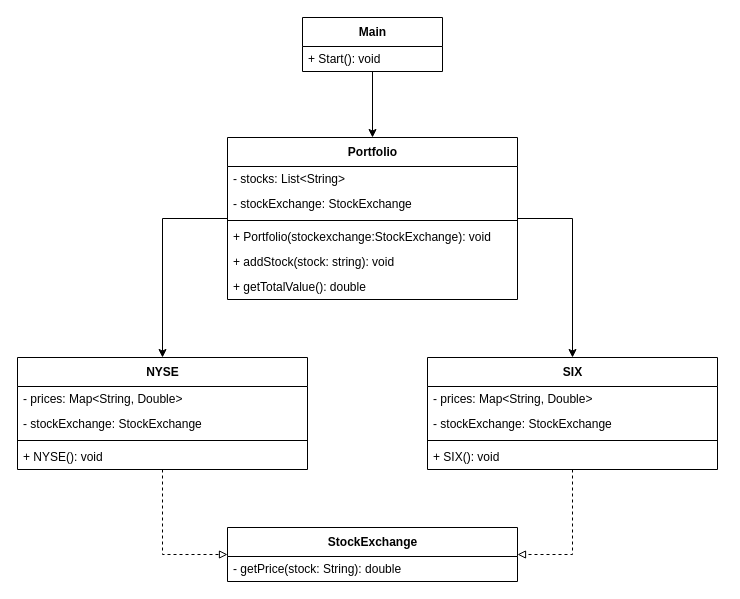
This is diagrams/M3.drawio from JonathanXDR/M320, a draw.io file, before an edit. Source tidied: cells renumbered, new cells numbered last; positions are measured from the earlier drawing's top-left corner, leaving out a move shared by most shapes. Both pictures are drawn from the tidied source at 100%, with x=0, y=0 at pixel (17, 17).
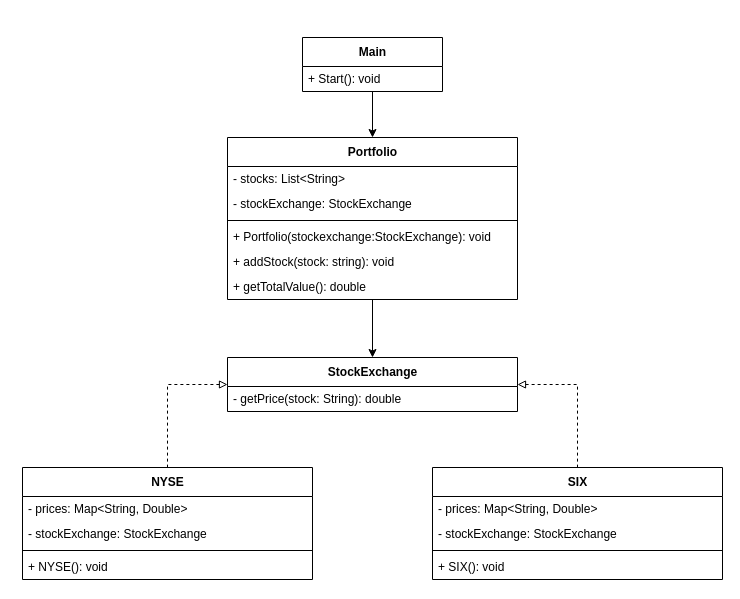
After the change.

Unchanged cells that the change refers to:
```xml
<mxCell id="4" value="Portfolio" style="swimlane;fontStyle=1;align=center;verticalAlign=middle;horizontal=1;startSize=29;html=1;" parent="1" vertex="1">
  <mxGeometry x="210" y="120" width="290" height="162" as="geometry" />
</mxCell>
```

What changed in the source:
```diff
@@
-    <mxCell id="2" style="edgeStyle=orthogonalEdgeStyle;rounded=0;jettySize=auto;html=1;exitX=1;exitY=0.5;exitDx=0;exitDy=0;entryX=0.5;entryY=0;entryDx=0;entryDy=0;endArrow=classic;endFill=1;" parent="1" edge="1" source="4" target="15">
-      <mxGeometry relative="1" as="geometry" />
-    </mxCell>
-    <mxCell id="3" style="edgeStyle=orthogonalEdgeStyle;rounded=0;jettySize=auto;html=1;exitX=0;exitY=0.5;exitDx=0;exitDy=0;entryX=0.5;entryY=0;entryDx=0;entryDy=0;endArrow=classic;endFill=1;" parent="1" edge="1" source="4" target="21">
-      <mxGeometry relative="1" as="geometry" />
-    </mxCell>
+    <mxCell id="28" style="edgeStyle=orthogonalEdgeStyle;rounded=0;jettySize=auto;html=1;exitX=0.5;exitY=1;exitDx=0;exitDy=0;entryX=0.5;entryY=0;entryDx=0;entryDy=0;" parent="1" edge="1" source="4" target="26">
+      <mxGeometry relative="1" as="geometry" />
+    </mxCell>
@@
     <mxCell id="12" value="Main" style="swimlane;fontStyle=1;align=center;verticalAlign=middle;horizontal=1;startSize=29;html=1;labelBorderColor=none;" parent="1" vertex="1">
-      <mxGeometry x="285" width="140" height="54" as="geometry" />
+      <mxGeometry x="285" y="20" width="140" height="54" as="geometry" />
     </mxCell>
@@
-    <mxCell id="14" style="edgeStyle=orthogonalEdgeStyle;rounded=0;jettySize=auto;html=1;exitX=0.5;exitY=1;exitDx=0;exitDy=0;entryX=1;entryY=0.5;entryDx=0;entryDy=0;dashed=1;endArrow=block;endFill=0;" parent="1" edge="1" source="15" target="26">
-      <mxGeometry relative="1" as="geometry" />
-    </mxCell>
     <mxCell id="15" value="SIX" style="swimlane;fontStyle=1;align=center;verticalAlign=middle;horizontal=1;startSize=29;html=1;" parent="1" vertex="1">
-      <mxGeometry x="410" y="340" width="290" height="112" as="geometry" />
+      <mxGeometry x="415" y="450" width="290" height="112" as="geometry" />
     </mxCell>
@@
-    <mxCell id="20" style="edgeStyle=orthogonalEdgeStyle;rounded=0;jettySize=auto;html=1;exitX=0.5;exitY=1;exitDx=0;exitDy=0;entryX=0;entryY=0.5;entryDx=0;entryDy=0;dashed=1;endArrow=block;endFill=0;" parent="1" edge="1" source="21" target="26">
-      <mxGeometry relative="1" as="geometry" />
-    </mxCell>
     <mxCell id="21" value="NYSE" style="swimlane;fontStyle=1;align=center;verticalAlign=middle;horizontal=1;startSize=29;html=1;" parent="1" vertex="1">
-      <mxGeometry y="340" width="290" height="112" as="geometry" />
+      <mxGeometry x="5" y="450" width="290" height="112" as="geometry" />
     </mxCell>
@@
+    <mxCell id="29" style="edgeStyle=orthogonalEdgeStyle;rounded=0;jettySize=auto;html=1;exitX=1;exitY=0.5;exitDx=0;exitDy=0;entryX=0.5;entryY=0;entryDx=0;entryDy=0;dashed=1;endArrow=none;endFill=0;startArrow=block;startFill=0;" parent="1" edge="1" source="26" target="15">
+      <mxGeometry relative="1" as="geometry" />
+    </mxCell>
+    <mxCell id="30" style="edgeStyle=orthogonalEdgeStyle;rounded=0;jettySize=auto;html=1;exitX=0;exitY=0.5;exitDx=0;exitDy=0;entryX=0.5;entryY=0;entryDx=0;entryDy=0;dashed=1;endArrow=none;endFill=0;startArrow=block;startFill=0;" parent="1" edge="1" source="26" target="21">
+      <mxGeometry relative="1" as="geometry" />
+    </mxCell>
     <mxCell id="26" value="StockExchange" style="swimlane;fontStyle=1;align=center;verticalAlign=middle;horizontal=1;startSize=29;html=1;" parent="1" vertex="1">
-      <mxGeometry x="210" y="510" width="290" height="54" as="geometry" />
+      <mxGeometry x="210" y="340" width="290" height="54" as="geometry" />
     </mxCell>
```
